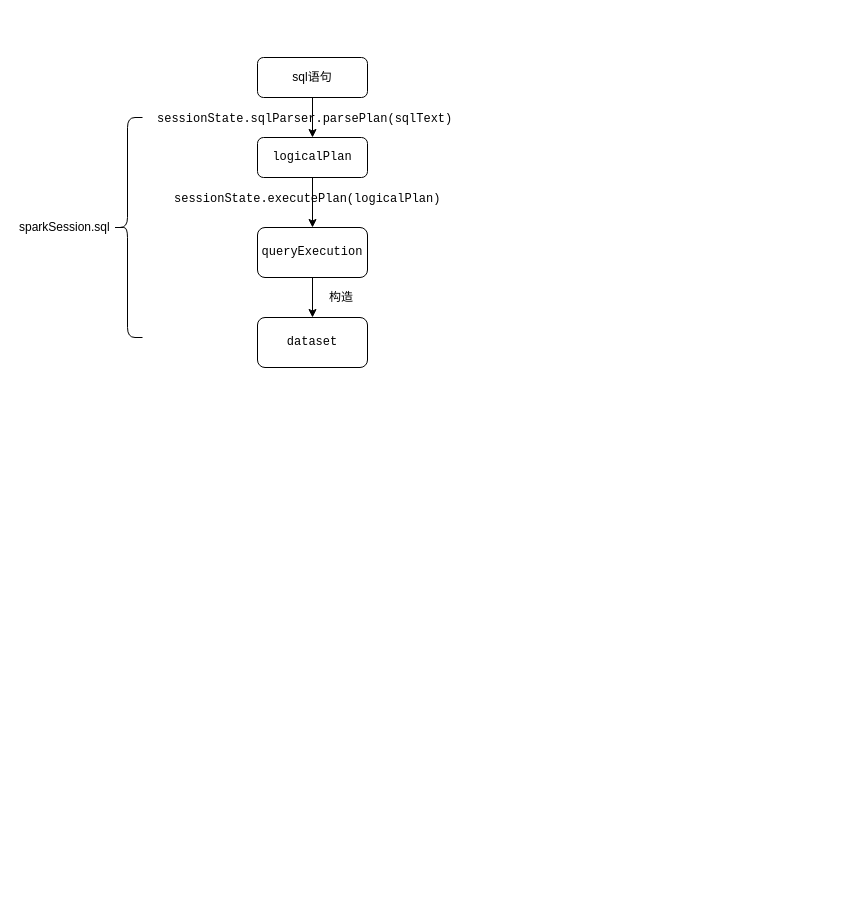
This is SparkSql执行过程.drawio from yugecxy/diagram, a draw.io file, before an edit. Source tidied: cells renumbered, new cells numbered last; positions are measured from the earlier drawing's top-left corner, leaving out a move shared by most shapes. Both pictures are drawn from the tidied source at 100%, with x=0, y=0 at pixel (17, 57).
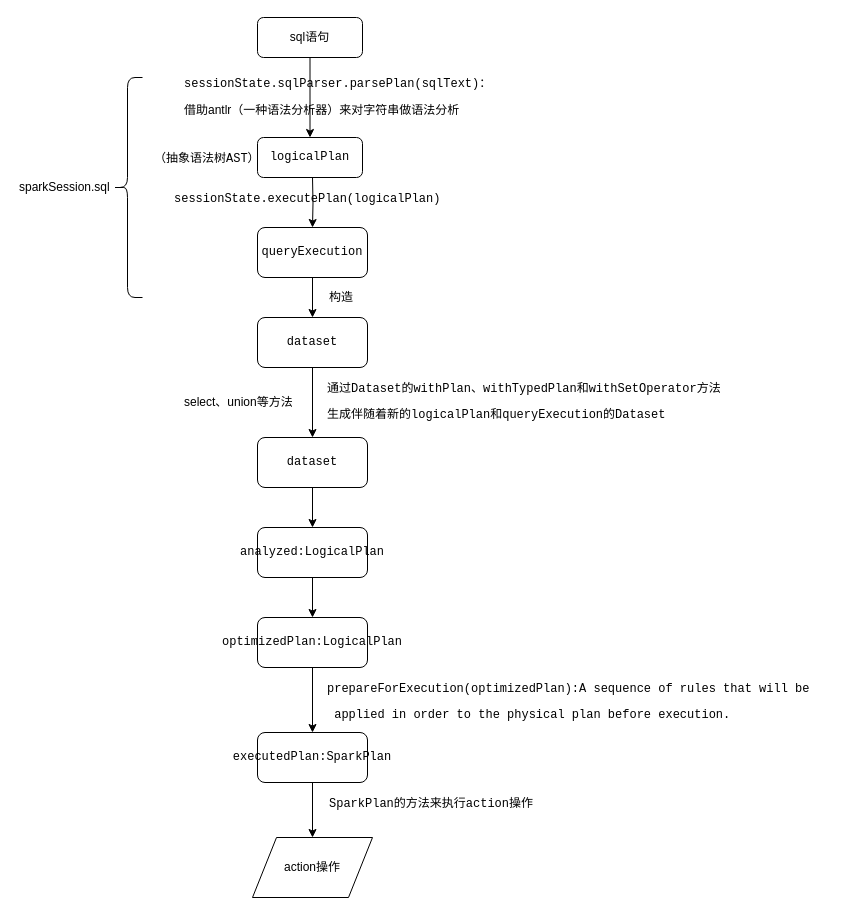
The same page after the edit.

The change refers to these unchanged cells:
```xml
<mxCell id="7" value="&lt;pre&gt;&lt;pre&gt;queryExecution&lt;/pre&gt;&lt;/pre&gt;" style="rounded=1;whiteSpace=wrap;html=1;" parent="1" vertex="1">
  <mxGeometry x="240" y="170" width="110" height="50" as="geometry" />
</mxCell>
<mxCell id="8" value="&lt;pre&gt;&lt;pre&gt;dataset&lt;/pre&gt;&lt;/pre&gt;" style="rounded=1;whiteSpace=wrap;html=1;" parent="1" vertex="1">
  <mxGeometry x="240" y="260" width="110" height="50" as="geometry" />
</mxCell>
```

Diff of the diagram source:
```diff
@@
     <mxCell id="3" value="sql语句" style="rounded=1;whiteSpace=wrap;html=1;" parent="1" vertex="1">
-      <mxGeometry x="240" width="110" height="40" as="geometry" />
+      <mxGeometry x="240" y="-40" width="105" height="40" as="geometry" />
     </mxCell>
-    <mxCell id="4" style="edgeStyle=orthogonalEdgeStyle;rounded=0;jettySize=auto;html=1;" parent="1" edge="1" source="5" target="7">
-      <mxGeometry relative="1" as="geometry" />
+    <mxCell id="4" style="edgeStyle=orthogonalEdgeStyle;rounded=0;jettySize=auto;html=1;" parent="1" edge="1" target="7">
+      <mxGeometry relative="1" as="geometry">
+        <mxPoint x="295" y="120" as="sourcePoint" />
+      </mxGeometry>
     </mxCell>
     <mxCell id="5" value="&lt;pre&gt;logicalPlan&lt;/pre&gt;" style="rounded=1;whiteSpace=wrap;html=1;" parent="1" vertex="1">
-      <mxGeometry x="240" y="80" width="110" height="40" as="geometry" />
+      <mxGeometry x="240" y="80" width="105" height="40" as="geometry" />
     </mxCell>
@@
+    <mxCell id="14" style="edgeStyle=orthogonalEdgeStyle;rounded=0;jettySize=auto;html=1;" parent="1" edge="1" source="8" target="16">
+      <mxGeometry relative="1" as="geometry" />
+    </mxCell>
@@
+    <mxCell id="15" style="edgeStyle=orthogonalEdgeStyle;rounded=0;jettySize=auto;html=1;" parent="1" edge="1" source="16" target="18">
+      <mxGeometry relative="1" as="geometry" />
+    </mxCell>
+    <mxCell id="16" value="&lt;pre&gt;&lt;pre&gt;dataset&lt;/pre&gt;&lt;/pre&gt;" style="rounded=1;whiteSpace=wrap;html=1;" parent="1" vertex="1">
+      <mxGeometry x="240" y="380" width="110" height="50" as="geometry" />
+    </mxCell>
+    <mxCell id="17" style="edgeStyle=orthogonalEdgeStyle;rounded=0;jettySize=auto;html=1;" parent="1" edge="1" source="18" target="20">
+      <mxGeometry relative="1" as="geometry" />
+    </mxCell>
+    <mxCell id="18" value="&lt;pre&gt;&lt;pre&gt;&lt;pre&gt;&lt;span&gt;analyzed:&lt;/span&gt;LogicalPlan&lt;/pre&gt;&lt;/pre&gt;&lt;/pre&gt;" style="rounded=1;whiteSpace=wrap;html=1;" parent="1" vertex="1">
+      <mxGeometry x="240" y="470" width="110" height="50" as="geometry" />
+    </mxCell>
+    <mxCell id="19" style="edgeStyle=orthogonalEdgeStyle;rounded=0;jettySize=auto;html=1;" parent="1" edge="1" source="20" target="22">
+      <mxGeometry relative="1" as="geometry" />
+    </mxCell>
+    <mxCell id="20" value="&lt;pre&gt;&lt;pre&gt;&lt;pre&gt;&lt;pre&gt;&lt;pre&gt;&lt;span&gt;optimizedPlan:&lt;/span&gt;LogicalPlan&lt;/pre&gt;&lt;/pre&gt;&lt;/pre&gt;&lt;/pre&gt;&lt;/pre&gt;" style="rounded=1;whiteSpace=wrap;html=1;" parent="1" vertex="1">
+      <mxGeometry x="240" y="560" width="110" height="50" as="geometry" />
+    </mxCell>
+    <mxCell id="21" style="edgeStyle=orthogonalEdgeStyle;rounded=0;jettySize=auto;html=1;" parent="1" edge="1" source="22">
+      <mxGeometry relative="1" as="geometry">
+        <mxPoint x="295" y="780" as="targetPoint" />
+      </mxGeometry>
+    </mxCell>
+    <mxCell id="22" value="&lt;pre&gt;&lt;pre&gt;&lt;pre&gt;&lt;pre&gt;&lt;pre&gt;executedPlan&lt;span&gt;:&lt;/span&gt;SparkPlan&lt;/pre&gt;&lt;/pre&gt;&lt;/pre&gt;&lt;/pre&gt;&lt;/pre&gt;" style="rounded=1;whiteSpace=wrap;html=1;" parent="1" vertex="1">
+      <mxGeometry x="240" y="675" width="110" height="50" as="geometry" />
+    </mxCell>
-    <mxCell id="9" value="&lt;pre&gt;&lt;span&gt;sessionState&lt;/span&gt;.sqlParser.parsePlan(sqlText)&lt;/pre&gt;" style="text;html=1;align=left;verticalAlign=top;spacingTop=-4;" parent="1" vertex="1">
-      <mxGeometry x="138" y="40" width="310" height="40" as="geometry" />
+    <mxCell id="9" value="&lt;pre&gt;&lt;span&gt;sessionState&lt;/span&gt;.sqlParser.parsePlan(sqlText)：&lt;/pre&gt;借助antlr（一种语法分析器）来对字符串做语法分析" style="text;html=1;align=left;verticalAlign=top;spacingTop=-4;" parent="1" vertex="1">
+      <mxGeometry x="165" y="5" width="320" height="50" as="geometry" />
     </mxCell>
@@
     <mxCell id="12" style="shape=curlyBracket;whiteSpace=wrap;html=1;rounded=1;" parent="1" vertex="1">
-      <mxGeometry x="95" y="60" width="30" height="220" as="geometry" />
+      <mxGeometry x="95" y="20" width="30" height="220" as="geometry" />
     </mxCell>
     <mxCell id="13" value="sparkSession.sql" style="text;html=1;align=left;verticalAlign=top;spacingTop=-4;" parent="1" vertex="1">
-      <mxGeometry y="160" width="110" height="20" as="geometry" />
+      <mxGeometry y="120" width="110" height="20" as="geometry" />
     </mxCell>
+    <mxCell id="23" value="&lt;pre&gt;（抽象语法树AST）&lt;/pre&gt;" style="text;html=1;align=left;verticalAlign=top;spacingTop=-4;" parent="1" vertex="1">
+      <mxGeometry x="135" y="80" width="120" height="40" as="geometry" />
+    </mxCell>
+    <mxCell id="24" value="&lt;pre&gt;&lt;span&gt;通过Dataset的withPlan、&lt;/span&gt;withTypedPlan和withSetOperator方法&lt;/pre&gt;&lt;pre&gt;生成伴随着新的logicalPlan和queryExecution的Dataset&lt;/pre&gt;" style="text;html=1;align=left;verticalAlign=top;spacingTop=-4;" parent="1" vertex="1">
+      <mxGeometry x="308" y="310" width="410" height="70" as="geometry" />
+    </mxCell>
+    <mxCell id="25" value="select、union等方法" style="text;html=1;align=left;verticalAlign=top;spacingTop=-4;" parent="1" vertex="1">
+      <mxGeometry x="165" y="335" width="120" height="20" as="geometry" />
+    </mxCell>
+    <mxCell id="26" value="&lt;pre&gt;prepareForExecution(optimizedPlan):A sequence of rules that will be&lt;/pre&gt;&lt;pre&gt; applied in order to the physical plan before execution. &lt;br&gt;&lt;/pre&gt;" style="text;html=1;align=left;verticalAlign=top;spacingTop=-4;" parent="1" vertex="1">
+      <mxGeometry x="308" y="610" width="500" height="70" as="geometry" />
+    </mxCell>
+    <mxCell id="27" value="&lt;pre&gt;SparkPlan的方法来执行action操作&lt;/pre&gt;" style="text;html=1;align=left;verticalAlign=top;spacingTop=-4;" parent="1" vertex="1">
+      <mxGeometry x="310" y="725" width="220" height="40" as="geometry" />
+    </mxCell>
+    <mxCell id="28" value="action操作" style="shape=parallelogram;perimeter=parallelogramPerimeter;whiteSpace=wrap;html=1;strokeColor=#000000;" parent="1" vertex="1">
+      <mxGeometry x="235" y="780" width="120" height="60" as="geometry" />
+    </mxCell>
```
